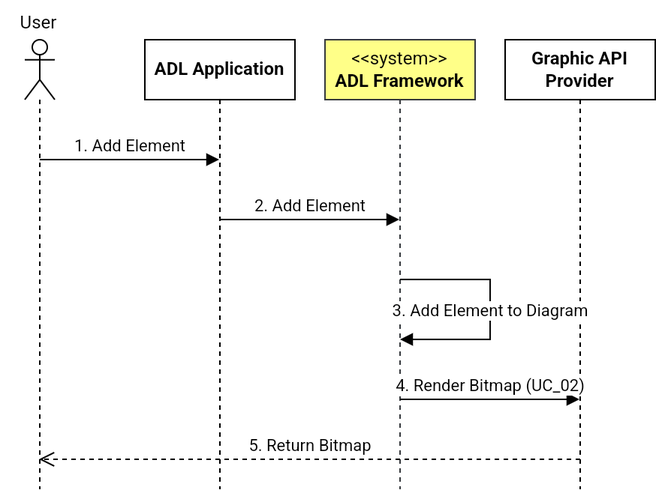
Earlier version of the draw.io export img/AddElement.drawio.png (phunm211/SW-Associate-Architecture). Source tidied: cells renumbered, new cells last; positions are measured from the earlier drawing's top-left corner, leaving out a move shared by most shapes.
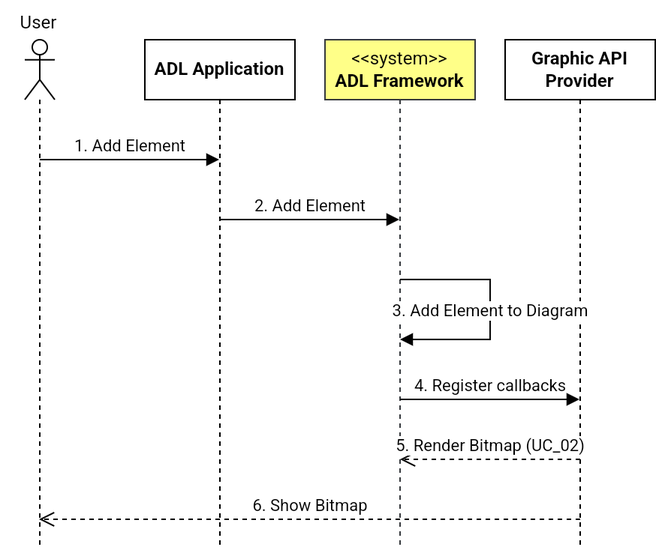
After the change.

The edit, as a diff of the source:
```diff
@@ -3,16 +3,16 @@
     <mxCell id="0" />
     <mxCell id="1" parent="0" />
     <mxCell id="2" style="shape=umlLifeline;perimeter=lifelinePerimeter;whiteSpace=wrap;html=1;outlineConnect=0;portConstraint=eastwest;newEdgeStyle={&quot;curved&quot;:0,&quot;rounded&quot;:0};participant=umlActor;" parent="1" vertex="1">
-      <mxGeometry x="16" y="26" width="20" height="300" as="geometry" />
+      <mxGeometry x="16" y="26" width="20" height="340" as="geometry" />
     </mxCell>
     <mxCell id="3" value="ADL Application" style="shape=umlLifeline;perimeter=lifelinePerimeter;whiteSpace=wrap;html=1;outlineConnect=0;portConstraint=eastwest;newEdgeStyle={&quot;curved&quot;:0,&quot;rounded&quot;:0};fontStyle=1;" parent="1" vertex="1">
-      <mxGeometry x="96" y="26" width="100" height="300" as="geometry" />
+      <mxGeometry x="96" y="26" width="100" height="340" as="geometry" />
     </mxCell>
     <mxCell id="4" value="&amp;lt;&amp;lt;system&amp;gt;&amp;gt;&lt;br&gt;&lt;b&gt;ADL Framework&lt;/b&gt;" style="shape=umlLifeline;perimeter=lifelinePerimeter;whiteSpace=wrap;html=1;outlineConnect=0;portConstraint=eastwest;newEdgeStyle={&quot;curved&quot;:0,&quot;rounded&quot;:0};fillColor=#ffff88;strokeColor=#36393d;" parent="1" vertex="1">
-      <mxGeometry x="216" y="26" width="100" height="300" as="geometry" />
+      <mxGeometry x="216" y="26" width="100" height="340" as="geometry" />
     </mxCell>
     <mxCell id="5" value="&lt;b&gt;Graphic API Provider&lt;/b&gt;" style="shape=umlLifeline;perimeter=lifelinePerimeter;whiteSpace=wrap;html=1;outlineConnect=0;portConstraint=eastwest;newEdgeStyle={&quot;curved&quot;:0,&quot;rounded&quot;:0};" parent="1" vertex="1">
-      <mxGeometry x="336" y="26" width="100" height="300" as="geometry" />
+      <mxGeometry x="336" y="26" width="100" height="340" as="geometry" />
     </mxCell>
     <mxCell id="6" value="User" style="text;html=1;align=center;verticalAlign=middle;strokeColor=none;fillColor=none;" parent="1" vertex="1">
       <mxGeometry width="50" height="30" as="geometry" />
@@ -36,15 +36,21 @@
         </Array>
       </mxGeometry>
     </mxCell>
-    <mxCell id="10" value="4. Render Bitmap (UC_02)" style="html=1;verticalAlign=bottom;endArrow=block;curved=0;rounded=0;" parent="1" edge="1" target="5">
+    <mxCell id="10" value="4. Register callbacks" style="html=1;verticalAlign=bottom;endArrow=block;curved=0;rounded=0;" parent="1" edge="1" target="5">
       <mxGeometry relative="1" as="geometry">
         <mxPoint x="266" y="266" as="sourcePoint" />
       </mxGeometry>
     </mxCell>
-    <mxCell id="11" value="5. Return Bitmap" style="html=1;verticalAlign=bottom;endArrow=open;dashed=1;endSize=8;curved=0;rounded=0;" parent="1" edge="1" target="2">
+    <mxCell id="11" value="5. Render Bitmap (UC_02)" style="html=1;verticalAlign=bottom;endArrow=open;dashed=1;endSize=8;curved=0;rounded=0;" parent="1" edge="1">
       <mxGeometry relative="1" as="geometry">
         <mxPoint x="386" y="306" as="sourcePoint" />
+        <mxPoint x="266" y="306" as="targetPoint" />
       </mxGeometry>
     </mxCell>
+    <mxCell id="12" value="6. Show Bitmap" style="html=1;verticalAlign=bottom;endArrow=open;dashed=1;endSize=8;curved=0;rounded=0;" parent="1" edge="1" target="2">
+      <mxGeometry relative="1" as="geometry">
+        <mxPoint x="386" y="346" as="sourcePoint" />
+      </mxGeometry>
+    </mxCell>
   </root>
 </mxGraphModel>
```
